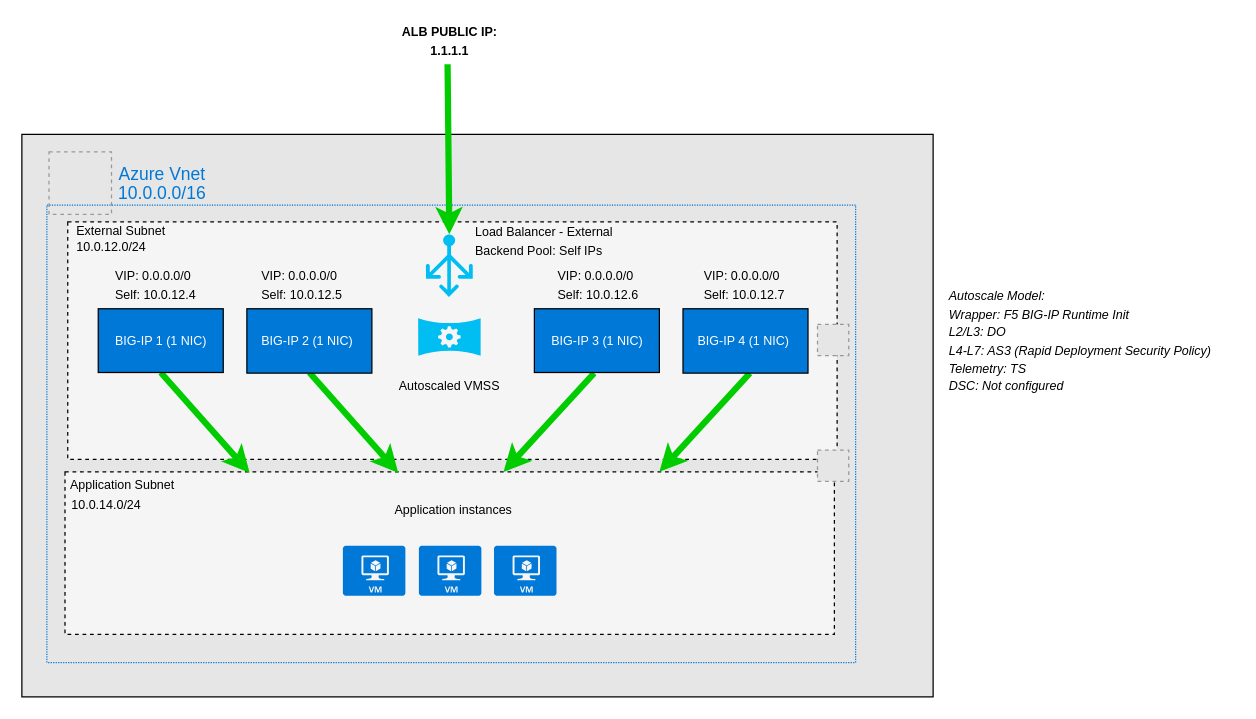
This is 2.0/azure/1NIC/azure-autoscale-via-lb-payg.drawio from f5-applebaum/f5-ve-cloud-diagrams, a draw.io file, before an edit. Source tidied: cells renumbered, new cells numbered last; positions are measured from the earlier drawing's top-left corner, leaving out a move shared by most shapes. Both pictures are drawn from the tidied source at 125%, with x=0, y=0 at pixel (21, 21). Pictures stored in the file or linked from it are replaced by grey dashed boxes.
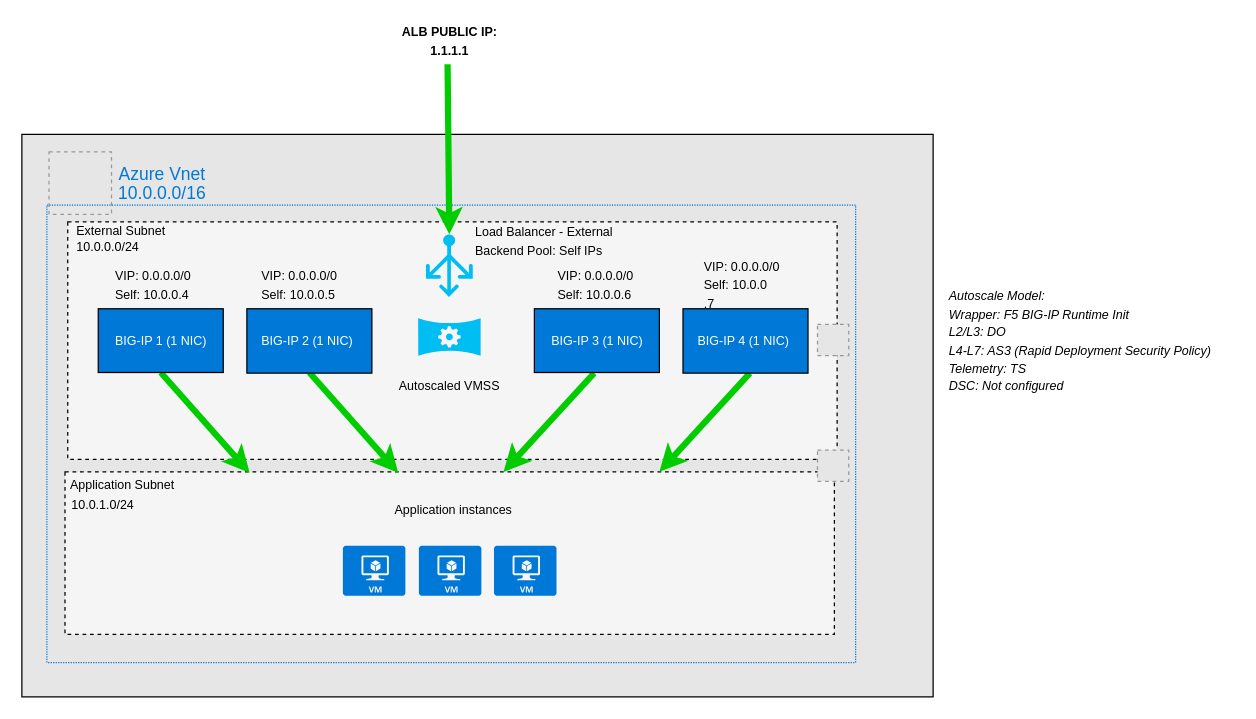
After the change.

Commit message (it also covers changes not shown here):
add azure diagrams

Diff of the diagram source:
```diff
@@
-    <mxCell id="11" value="&lt;font style=&quot;font-size: 10px&quot;&gt;10.0.12.0/24&lt;/font&gt;" style="text;html=1;align=left;verticalAlign=middle;" parent="1" vertex="1">
+    <mxCell id="11" value="&lt;font style=&quot;font-size: 10px&quot;&gt;10.0.0.0/24&lt;/font&gt;" style="text;html=1;align=left;verticalAlign=middle;" parent="1" vertex="1">
       <mxGeometry x="42" y="170" width="70" height="20" as="geometry" />
     </mxCell>
@@
-    <mxCell id="13" value="&lt;font style=&quot;font-size: 10px&quot;&gt;10.0.14.0/24&lt;/font&gt;" style="text;html=1;align=left;verticalAlign=middle;" parent="1" vertex="1">
+    <mxCell id="13" value="&lt;font style=&quot;font-size: 10px&quot;&gt;10.0.1.0/24&lt;/font&gt;" style="text;html=1;align=left;verticalAlign=middle;" parent="1" vertex="1">
       <mxGeometry x="38.1" y="375.5" width="70" height="20" as="geometry" />
     </mxCell>
@@
-    <mxCell id="37" value="&lt;font style=&quot;font-size: 10px&quot;&gt;VIP: 0.0.0.0/0&lt;br&gt;Self: 10.0.12.4&lt;br&gt;&lt;/font&gt;" style="text;html=1;align=left;verticalAlign=middle;" parent="1" vertex="1">
+    <mxCell id="37" value="&lt;font style=&quot;font-size: 10px&quot;&gt;VIP: 0.0.0.0/0&lt;br&gt;Self: 10.0.0.4&lt;br&gt;&lt;/font&gt;" style="text;html=1;align=left;verticalAlign=middle;" parent="1" vertex="1">
       <mxGeometry x="73.3" y="195" width="80" height="30" as="geometry" />
     </mxCell>
-    <mxCell id="38" value="&lt;font style=&quot;font-size: 10px&quot;&gt;VIP: 0.0.0.0/0&lt;br&gt;Self: 10.0.12.5&lt;br&gt;&lt;/font&gt;" style="text;html=1;align=left;verticalAlign=middle;" parent="1" vertex="1">
+    <mxCell id="38" value="&lt;font style=&quot;font-size: 10px&quot;&gt;VIP: 0.0.0.0/0&lt;br&gt;Self: 10.0.0.5&lt;br&gt;&lt;/font&gt;" style="text;html=1;align=left;verticalAlign=middle;" parent="1" vertex="1">
       <mxGeometry x="190" y="195" width="80" height="30" as="geometry" />
     </mxCell>
-    <mxCell id="39" value="&lt;font style=&quot;font-size: 10px&quot;&gt;VIP: 0.0.0.0/0&lt;br&gt;Self: 10.0.12.6&lt;br&gt;&lt;/font&gt;" style="text;html=1;align=left;verticalAlign=middle;" parent="1" vertex="1">
+    <mxCell id="39" value="&lt;font style=&quot;font-size: 10px&quot;&gt;VIP: 0.0.0.0/0&lt;br&gt;Self: 10.0.0.6&lt;br&gt;&lt;/font&gt;" style="text;html=1;align=left;verticalAlign=middle;" parent="1" vertex="1">
       <mxGeometry x="427.2" y="195" width="80" height="30" as="geometry" />
     </mxCell>
-    <mxCell id="40" value="&lt;font style=&quot;font-size: 10px&quot;&gt;VIP: 0.0.0.0/0&lt;br&gt;Self: 10.0.12.7&lt;br&gt;&lt;/font&gt;" style="text;html=1;align=left;verticalAlign=middle;" parent="1" vertex="1">
-      <mxGeometry x="543.9" y="195" width="80" height="30" as="geometry" />
+    <mxCell id="40" value="&lt;font style=&quot;font-size: 10px&quot;&gt;VIP: 0.0.0.0/0&lt;br&gt;Self: 10.0.0&lt;br&gt;.7&lt;br&gt;&lt;/font&gt;" style="text;html=1;align=left;verticalAlign=middle;" parent="1" vertex="1">
+      <mxGeometry x="543.9" y="185" width="80" height="50" as="geometry" />
     </mxCell>
```
